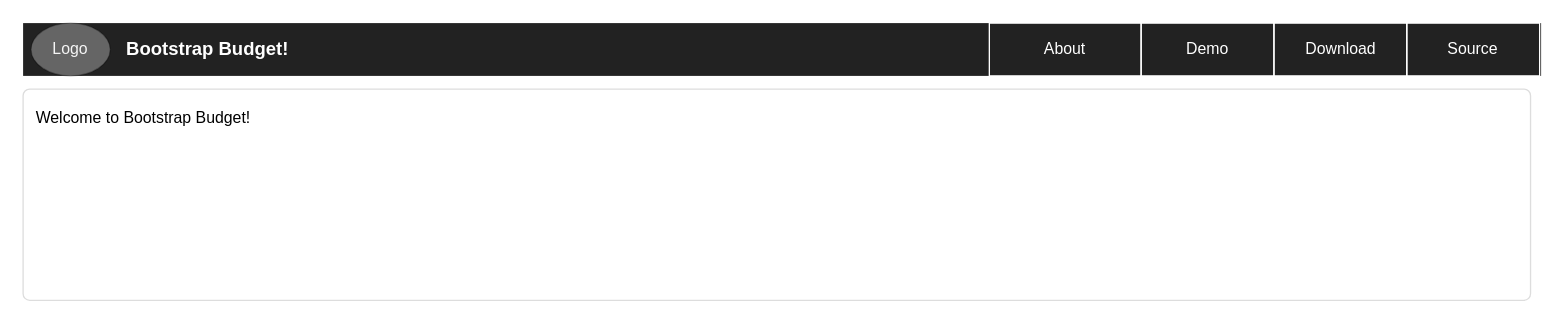
Above: dev-diary/diagrams/front-page-v1.drawio in forgineer/bootstrap-budget (draw.io), before the change. Source tidied: cells renumbered, new cells numbered last; positions are measured from the earlier drawing's top-left corner, leaving out a move shared by most shapes. Both pictures are drawn from the tidied source at 132%, with x=0, y=0 at pixel (22, 22).
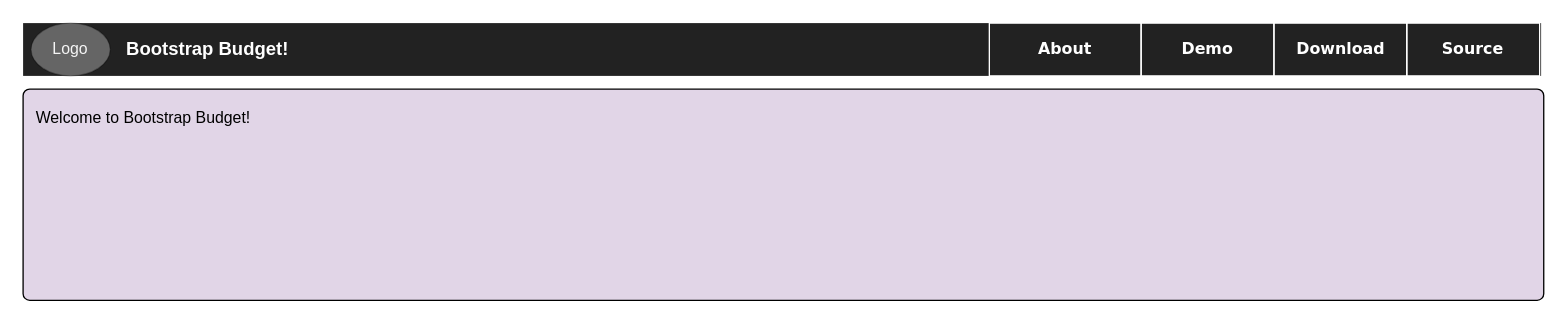
After the change.

What changed in the source:
```diff
@@
 <mxGraphModel background="#ffffff">
   <root>
     <mxCell id="0" />
     <mxCell id="1" parent="0" />
     <mxCell id="2" style="html=1;shadow=0;dashed=0;shape=mxgraph.bootstrap.rect;fillColor=#222222;strokeColor=none;whiteSpace=wrap;rounded=0;fontSize=12;fontColor=#000000;align=center;fontStyle=1;" parent="1" vertex="1">
       <mxGeometry width="1150" height="40" as="geometry" />
     </mxCell>
     <mxCell id="3" value="Bootstrap Budget!" style="html=1;shadow=0;dashed=0;fillColor=none;strokeColor=none;shape=mxgraph.bootstrap.rect;fontSize=14;whiteSpace=wrap;fontStyle=1;fontColor=#FFFFFF;" parent="2" vertex="1">
       <mxGeometry x="65" width="150" height="40" as="geometry" />
     </mxCell>
-    <mxCell id="4" value="About" style="html=1;shadow=0;dashed=0;fillColor=none;shape=mxgraph.bootstrap.rect;whiteSpace=wrap;strokeColor=#FFFFFF;fontColor=#FFFFFF;" parent="2" vertex="1">
+    <mxCell id="4" value="About" style="html=1;shadow=0;dashed=0;fillColor=none;shape=mxgraph.bootstrap.rect;whiteSpace=wrap;strokeColor=#FFFFFF;fontColor=#FFFFFF;fontStyle=1;fontFamily=Verdana;" parent="2" vertex="1">
       <mxGeometry x="732" width="115" height="40" as="geometry" />
     </mxCell>
-    <mxCell id="5" value="Demo" style="html=1;shadow=0;dashed=0;fillColor=none;shape=mxgraph.bootstrap.rect;whiteSpace=wrap;fontColor=#FFFFFF;strokeColor=#FFFFFF;" parent="2" vertex="1">
+    <mxCell id="5" value="Demo" style="html=1;shadow=0;dashed=0;fillColor=none;shape=mxgraph.bootstrap.rect;whiteSpace=wrap;fontColor=#FFFFFF;strokeColor=#FFFFFF;fontStyle=1;fontFamily=Verdana;" parent="2" vertex="1">
       <mxGeometry x="847" width="100.6" height="40" as="geometry" />
     </mxCell>
     <mxCell id="6" value="Logo" style="ellipse;whiteSpace=wrap;html=1;opacity=30;fontColor=#F5F5F5;" parent="2" vertex="1">
       <mxGeometry x="6" width="60" height="40" as="geometry" />
     </mxCell>
-    <mxCell id="7" value="Download" style="html=1;shadow=0;dashed=0;fillColor=none;shape=mxgraph.bootstrap.rect;whiteSpace=wrap;fontColor=#FFFFFF;strokeColor=#FFFFFF;" parent="2" vertex="1">
+    <mxCell id="7" value="Download" style="html=1;shadow=0;dashed=0;fillColor=none;shape=mxgraph.bootstrap.rect;whiteSpace=wrap;fontColor=#FFFFFF;strokeColor=#FFFFFF;fontStyle=1;fontFamily=Verdana;" parent="2" vertex="1">
       <mxGeometry x="947.6" width="100.6" height="40" as="geometry" />
     </mxCell>
-    <mxCell id="8" value="Source" style="html=1;shadow=0;dashed=0;fillColor=none;shape=mxgraph.bootstrap.rect;whiteSpace=wrap;fontColor=#FFFFFF;strokeColor=#FFFFFF;" parent="2" vertex="1">
+    <mxCell id="8" value="Source" style="html=1;shadow=0;dashed=0;fillColor=none;shape=mxgraph.bootstrap.rect;whiteSpace=wrap;fontColor=#FFFFFF;strokeColor=#FFFFFF;fontStyle=1;fontFamily=Verdana;" parent="2" vertex="1">
       <mxGeometry x="1048.3" width="100.6" height="40" as="geometry" />
     </mxCell>
-    <mxCell id="9" value="Welcome to Bootstrap Budget!&lt;br&gt;&lt;br&gt;" style="html=1;shadow=0;dashed=0;shape=mxgraph.bootstrap.rrect;rSize=5;fontSize=12;strokeColor=#dddddd;align=left;spacing=10;verticalAlign=top;whiteSpace=wrap;rounded=0;" parent="1" vertex="1">
-      <mxGeometry y="50" width="1142" height="160" as="geometry" />
+    <mxCell id="9" value="Welcome to Bootstrap Budget!&lt;br&gt;&lt;br&gt;" style="html=1;shadow=0;dashed=0;shape=mxgraph.bootstrap.rrect;rSize=5;fontSize=12;align=left;spacing=10;verticalAlign=top;whiteSpace=wrap;rounded=0;fillColor=#E1D5E7;" parent="1" vertex="1">
+      <mxGeometry y="50" width="1152" height="160" as="geometry" />
     </mxCell>
   </root>
 </mxGraphModel>
```
